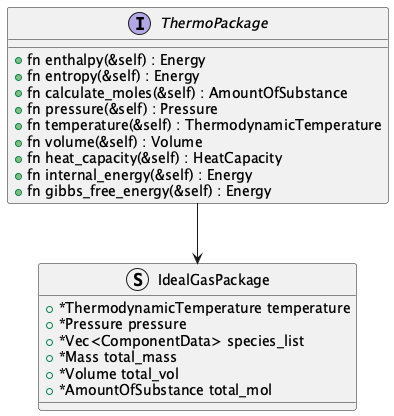
Above: thermo-module/thermo-packages/ideal_gas_package_class_design.png in OSCPS-Project/OSCPS-UML (PlantUML), before the change.
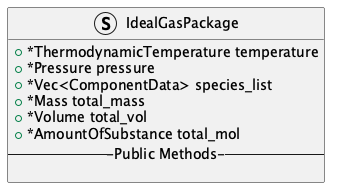
Later version of the same file.

Commit message:
adding new files to class diagram repo

The edit, as a diff of the source:
```diff
@@ -1,17 +1,5 @@
 @startuml ideal_gas_package_class_design
 
-
-Interface ThermoPackage {
-    + fn enthalpy(&self) : Energy
-    + fn entropy(&self) : Energy
-    + fn calculate_moles(&self) : AmountOfSubstance
-    + fn pressure(&self) : Pressure
-    + fn temperature(&self) : ThermodynamicTemperature
-    + fn volume(&self) : Volume
-    + fn heat_capacity(&self) : HeatCapacity
-    + fn internal_energy(&self) : Energy
-    + fn gibbs_free_energy(&self) : Energy
-}
 
 Struct IdealGasPackage {
   + *ThermodynamicTemperature temperature
@@ -20,8 +8,9 @@
   + *Mass total_mass
   + *Volume total_vol
   + *AmountOfSubstance total_mol
+  ---Public Methods---
+
 }
 
-ThermoPackage --> IdealGasPackage
 
 @enduml
```
